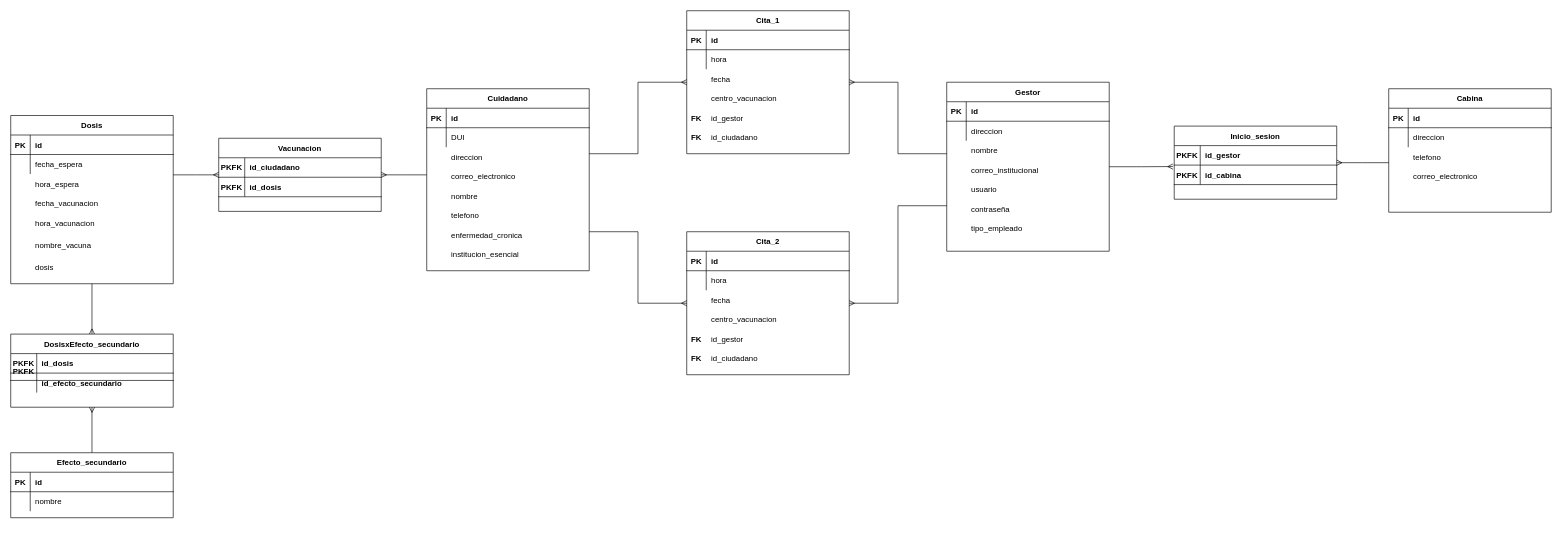
Above: Bases de datos/Diagrama R.drawio in UCASV/proyecto-final-grupo-41 (draw.io), before the change. Source tidied: cells renumbered, new cells numbered last; positions are measured from the earlier drawing's top-left corner, leaving out a move shared by most shapes. Both pictures are drawn from the tidied source at 65%, with x=0, y=0 at pixel (10, 10).
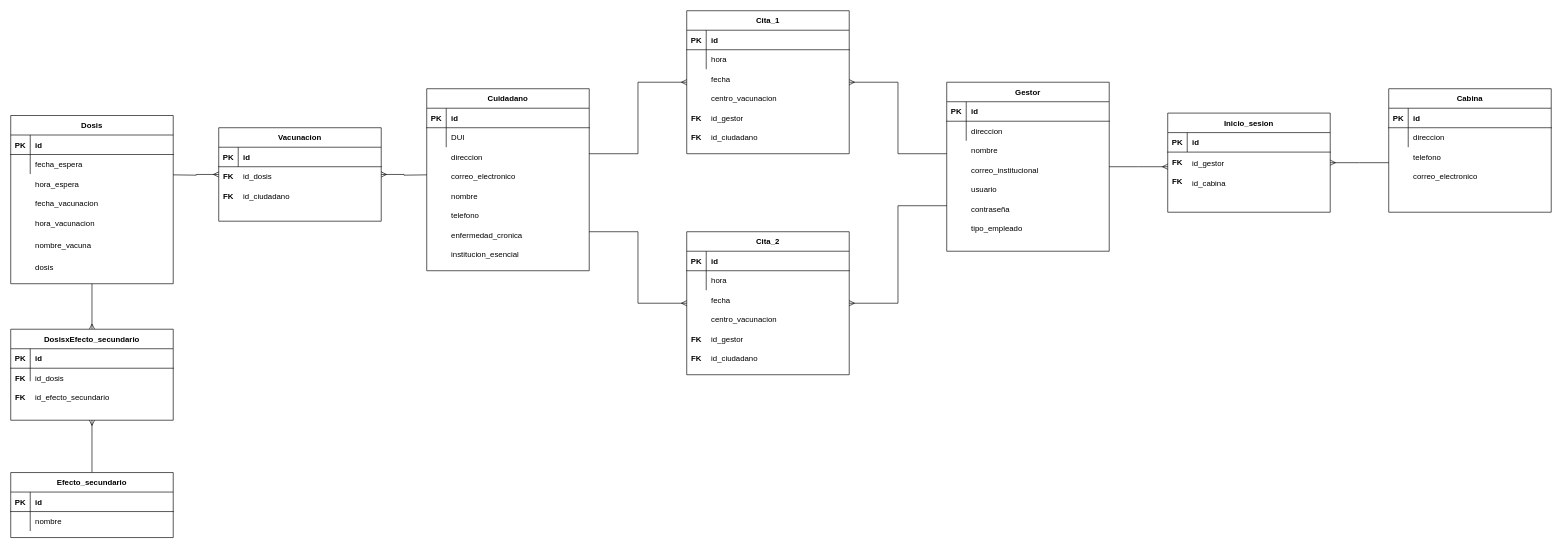
After the change.

Unchanged cells that the change refers to:
```xml
<mxCell id="5" value="Gestor" style="shape=table;startSize=30;childLayout=tableLayout;rowLines=0;fontStyle=1;align=center;" parent="1" vertex="1">
  <mxGeometry x="1440" y="110" width="250" height="260" as="geometry" />
</mxCell>
<mxCell id="61" style="shape=partialRectangle;fillColor=none;top=0;left=0;right=0;bottom=1;" parent="60" vertex="1">
  <mxGeometry y="30" width="250" height="30" as="geometry" />
</mxCell>
<mxCell id="92" style="shape=partialRectangle;fillColor=none;top=0;left=0;right=0;bottom=1;" parent="91" vertex="1">
  <mxGeometry y="30" width="250" height="30" as="geometry" />
</mxCell>
<mxCell id="101" style="shape=partialRectangle;fillColor=none;top=0;left=0;right=0;bottom=1;" parent="100" vertex="1">
  <mxGeometry y="30" width="250" height="30" as="geometry" />
</mxCell>
```

Change to the diagram source:
```diff
@@
-    <mxCell id="2" style="edgeStyle=orthogonalEdgeStyle;rounded=0;jettySize=auto;html=1;entryX=-0.008;entryY=0.075;entryDx=0;entryDy=0;entryPerimeter=0;endArrow=ERmany;endFill=0;" parent="1" edge="1" source="5" target="67">
-      <mxGeometry relative="1" as="geometry" />
+    <mxCell id="2" style="edgeStyle=orthogonalEdgeStyle;rounded=0;jettySize=auto;html=1;endArrow=ERmany;endFill=0;" parent="1" edge="1" source="5">
+      <mxGeometry relative="1" as="geometry">
+        <mxPoint x="1780" y="240" as="targetPoint" />
+      </mxGeometry>
     </mxCell>
@@
     <mxCell id="60" value="Inicio_sesion" style="shape=table;startSize=30;childLayout=tableLayout;rowLines=0;fontStyle=1;align=center;" parent="1" vertex="1">
-      <mxGeometry x="1790" y="177.5" width="250" height="112.5" as="geometry" />
+      <mxGeometry x="1780" y="157.5" width="250" height="152.5" as="geometry" />
     </mxCell>
@@
-    <mxCell id="62" value="PKFK" style="shape=partialRectangle;overflow=hidden;fillColor=none;top=0;left=0;bottom=0;right=0;fontStyle=1;" parent="61" vertex="1">
-      <mxGeometry width="40" height="30" as="geometry" />
+    <mxCell id="62" value="PK" style="shape=partialRectangle;overflow=hidden;fillColor=none;top=0;left=0;bottom=0;right=0;fontStyle=1;" parent="61" vertex="1">
+      <mxGeometry width="30" height="30" as="geometry" />
     </mxCell>
-    <mxCell id="63" value="id_gestor" style="shape=partialRectangle;overflow=hidden;fillColor=none;top=0;left=0;bottom=0;right=0;align=left;spacingLeft=6;fontStyle=1;" parent="61" vertex="1">
-      <mxGeometry x="40" width="210" height="30" as="geometry" />
+    <mxCell id="63" value="id" style="shape=partialRectangle;overflow=hidden;fillColor=none;top=0;left=0;bottom=0;right=0;align=left;spacingLeft=6;fontStyle=1;" parent="61" vertex="1">
+      <mxGeometry x="30" width="220" height="30" as="geometry" />
     </mxCell>
-    <mxCell id="64" style="shape=partialRectangle;fillColor=none;top=0;left=0;right=0;bottom=0;" parent="60" vertex="1">
-      <mxGeometry y="60" width="250" height="30" as="geometry" />
-    </mxCell>
-    <mxCell id="65" style="shape=partialRectangle;overflow=hidden;fillColor=none;top=0;left=0;bottom=0;right=0;" parent="64" vertex="1">
-      <mxGeometry width="40" height="30" as="geometry" />
-    </mxCell>
-    <mxCell id="66" value="id_cabina" style="shape=partialRectangle;overflow=hidden;fillColor=none;top=0;left=0;bottom=0;right=0;align=left;spacingLeft=6;fontStyle=1;" parent="64" vertex="1">
-      <mxGeometry x="40" width="210" height="30" as="geometry" />
-    </mxCell>
-    <mxCell id="67" style="shape=partialRectangle;fillColor=none;points=[[0,0.5],[1,0.5]];portConstraint=eastwest;top=0;left=0;right=0;bottom=1;" parent="1" vertex="1">
-      <mxGeometry x="1790" y="237.5" width="250" height="30" as="geometry" />
-    </mxCell>
-    <mxCell id="68" value="PKFK" style="shape=partialRectangle;overflow=hidden;fillColor=none;top=0;left=0;bottom=0;right=0;fontStyle=1;" parent="67" vertex="1">
-      <mxGeometry width="40" height="30" as="geometry" />
-    </mxCell>
@@
     <mxCell id="91" value="Vacunacion" style="shape=table;startSize=30;childLayout=tableLayout;rowLines=0;fontStyle=1;align=center;" parent="1" vertex="1">
-      <mxGeometry x="320" y="196.2" width="250" height="112.5" as="geometry" />
+      <mxGeometry x="320" y="180" width="250" height="143.8" as="geometry" />
     </mxCell>
@@
-    <mxCell id="93" value="PKFK" style="shape=partialRectangle;overflow=hidden;fillColor=none;top=0;left=0;bottom=0;right=0;fontStyle=1;" parent="92" vertex="1">
-      <mxGeometry width="40" height="30" as="geometry" />
+    <mxCell id="93" value="PK" style="shape=partialRectangle;overflow=hidden;fillColor=none;top=0;left=0;bottom=0;right=0;fontStyle=1;" parent="92" vertex="1">
+      <mxGeometry width="30" height="30" as="geometry" />
     </mxCell>
-    <mxCell id="94" value="id_ciudadano" style="shape=partialRectangle;overflow=hidden;fillColor=none;top=0;left=0;bottom=0;right=0;align=left;spacingLeft=6;fontStyle=1;" parent="92" vertex="1">
-      <mxGeometry x="40" width="210" height="30" as="geometry" />
+    <mxCell id="94" value="id" style="shape=partialRectangle;overflow=hidden;fillColor=none;top=0;left=0;bottom=0;right=0;align=left;spacingLeft=6;fontStyle=1;" parent="92" vertex="1">
+      <mxGeometry x="30" width="220" height="30" as="geometry" />
     </mxCell>
-    <mxCell id="95" style="shape=partialRectangle;fillColor=none;top=0;left=0;right=0;bottom=0;" parent="91" vertex="1">
-      <mxGeometry y="60" width="250" height="30" as="geometry" />
-    </mxCell>
-    <mxCell id="96" style="shape=partialRectangle;overflow=hidden;fillColor=none;top=0;left=0;bottom=0;right=0;" parent="95" vertex="1">
-      <mxGeometry width="40" height="30" as="geometry" />
-    </mxCell>
-    <mxCell id="97" value="id_dosis" style="shape=partialRectangle;overflow=hidden;fillColor=none;top=0;left=0;bottom=0;right=0;align=left;spacingLeft=6;fontStyle=1;" parent="95" vertex="1">
-      <mxGeometry x="40" width="210" height="30" as="geometry" />
-    </mxCell>
-    <mxCell id="98" style="shape=partialRectangle;fillColor=none;top=0;left=0;right=0;bottom=1;" parent="1" vertex="1">
-      <mxGeometry x="320" y="256.2" width="250" height="30" as="geometry" />
-    </mxCell>
-    <mxCell id="99" value="PKFK" style="shape=partialRectangle;overflow=hidden;fillColor=none;top=0;left=0;bottom=0;right=0;fontStyle=1;" parent="98" vertex="1">
-      <mxGeometry width="40" height="30" as="geometry" />
-    </mxCell>
     <mxCell id="100" value="DosisxEfecto_secundario" style="shape=table;startSize=30;childLayout=tableLayout;rowLines=0;fontStyle=1;align=center;" parent="1" vertex="1">
-      <mxGeometry y="497.5" width="250" height="112.5" as="geometry" />
+      <mxGeometry y="490" width="250" height="140" as="geometry" />
     </mxCell>
@@
-    <mxCell id="102" value="PKFK" style="shape=partialRectangle;overflow=hidden;fillColor=none;top=0;left=0;bottom=0;right=0;fontStyle=1;" parent="101" vertex="1">
-      <mxGeometry width="40" height="30" as="geometry" />
+    <mxCell id="102" value="PK" style="shape=partialRectangle;overflow=hidden;fillColor=none;top=0;left=0;bottom=0;right=0;fontStyle=1;" parent="101" vertex="1">
+      <mxGeometry width="30" height="30" as="geometry" />
     </mxCell>
-    <mxCell id="103" value="id_dosis" style="shape=partialRectangle;overflow=hidden;fillColor=none;top=0;left=0;bottom=0;right=0;align=left;spacingLeft=6;fontStyle=1;" parent="101" vertex="1">
-      <mxGeometry x="40" width="210" height="30" as="geometry" />
+    <mxCell id="103" value="id" style="shape=partialRectangle;overflow=hidden;fillColor=none;top=0;left=0;bottom=0;right=0;align=left;spacingLeft=6;fontStyle=1;" parent="101" vertex="1">
+      <mxGeometry x="30" width="220" height="30" as="geometry" />
     </mxCell>
     <mxCell id="104" style="shape=partialRectangle;fillColor=none;top=0;left=0;right=0;bottom=0;" parent="100" vertex="1">
-      <mxGeometry y="60" width="250" height="30" as="geometry" />
+      <mxGeometry y="60" width="250" height="20" as="geometry" />
     </mxCell>
     <mxCell id="105" style="shape=partialRectangle;overflow=hidden;fillColor=none;top=0;left=0;bottom=0;right=0;" parent="104" vertex="1">
-      <mxGeometry width="40" height="30" as="geometry" />
+      <mxGeometry width="30" height="20" as="geometry" />
     </mxCell>
-    <mxCell id="106" value="id_efecto_secundario" style="shape=partialRectangle;overflow=hidden;fillColor=none;top=0;left=0;bottom=0;right=0;align=left;spacingLeft=6;fontStyle=1;" parent="104" vertex="1">
-      <mxGeometry x="40" width="210" height="30" as="geometry" />
+    <mxCell id="106" style="shape=partialRectangle;overflow=hidden;fillColor=none;top=0;left=0;bottom=0;right=0;align=left;spacingLeft=6;fontStyle=1;" parent="104" vertex="1">
+      <mxGeometry x="30" width="220" height="20" as="geometry" />
     </mxCell>
-    <mxCell id="107" style="shape=partialRectangle;fillColor=none;top=0;left=0;right=0;bottom=1;" parent="1" vertex="1">
-      <mxGeometry y="538.8" width="250" height="30" as="geometry" />
-    </mxCell>
-    <mxCell id="108" value="PKFK" style="shape=partialRectangle;overflow=hidden;fillColor=none;top=0;left=0;bottom=0;right=0;fontStyle=1;" parent="107" vertex="1">
-      <mxGeometry width="40" height="30" as="geometry" />
-    </mxCell>
@@
     <mxCell id="110" value="Efecto_secundario" style="shape=table;startSize=30;childLayout=tableLayout;rowLines=0;fontStyle=1;align=center;" parent="1" vertex="1">
-      <mxGeometry y="680" width="250" height="100" as="geometry" />
+      <mxGeometry y="710.5" width="250" height="100" as="geometry" />
     </mxCell>
@@
+    <mxCell id="118" value="id_gestor" style="shape=partialRectangle;overflow=hidden;fillColor=none;top=0;left=0;bottom=0;right=0;align=left;spacingLeft=6;" parent="1" vertex="1">
+      <mxGeometry x="1810" y="220" width="220" height="30" as="geometry" />
+    </mxCell>
+    <mxCell id="66" value="id_cabina" style="shape=partialRectangle;overflow=hidden;fillColor=none;top=0;left=0;bottom=0;right=0;align=left;spacingLeft=6;" parent="1" vertex="1">
+      <mxGeometry x="1810" y="250" width="220" height="30" as="geometry" />
+    </mxCell>
+    <mxCell id="119" value="FK" style="shape=partialRectangle;overflow=hidden;fillColor=none;top=0;left=0;bottom=0;right=0;fontStyle=1;" parent="1" vertex="1">
+      <mxGeometry x="1780" y="217.5" width="30" height="30" as="geometry" />
+    </mxCell>
+    <mxCell id="120" value="FK" style="shape=partialRectangle;overflow=hidden;fillColor=none;top=0;left=0;bottom=0;right=0;fontStyle=1;" parent="1" vertex="1">
+      <mxGeometry x="1780" y="247.5" width="30" height="30" as="geometry" />
+    </mxCell>
+    <mxCell id="121" value="id_dosis" style="shape=partialRectangle;overflow=hidden;fillColor=none;top=0;left=0;bottom=0;right=0;align=left;spacingLeft=6;" parent="1" vertex="1">
+      <mxGeometry x="350" y="240" width="220" height="30" as="geometry" />
+    </mxCell>
+    <mxCell id="122" value="id_ciudadano" style="shape=partialRectangle;overflow=hidden;fillColor=none;top=0;left=0;bottom=0;right=0;align=left;spacingLeft=6;" parent="1" vertex="1">
+      <mxGeometry x="350" y="270" width="220" height="30" as="geometry" />
+    </mxCell>
+    <mxCell id="123" value="FK" style="shape=partialRectangle;overflow=hidden;fillColor=none;top=0;left=0;bottom=0;right=0;fontStyle=1;" parent="1" vertex="1">
+      <mxGeometry x="320" y="240" width="30" height="30" as="geometry" />
+    </mxCell>
+    <mxCell id="124" value="FK" style="shape=partialRectangle;overflow=hidden;fillColor=none;top=0;left=0;bottom=0;right=0;fontStyle=1;" parent="1" vertex="1">
+      <mxGeometry x="320" y="270" width="30" height="30" as="geometry" />
+    </mxCell>
+    <mxCell id="125" value="id_dosis" style="shape=partialRectangle;overflow=hidden;fillColor=none;top=0;left=0;bottom=0;right=0;align=left;spacingLeft=6;" parent="1" vertex="1">
+      <mxGeometry x="30" y="550" width="220" height="30" as="geometry" />
+    </mxCell>
+    <mxCell id="126" value="id_efecto_secundario" style="shape=partialRectangle;overflow=hidden;fillColor=none;top=0;left=0;bottom=0;right=0;align=left;spacingLeft=6;" parent="1" vertex="1">
+      <mxGeometry x="30" y="580" width="220" height="30" as="geometry" />
+    </mxCell>
+    <mxCell id="127" value="FK" style="shape=partialRectangle;overflow=hidden;fillColor=none;top=0;left=0;bottom=0;right=0;fontStyle=1;" parent="1" vertex="1">
+      <mxGeometry y="550" width="30" height="30" as="geometry" />
+    </mxCell>
+    <mxCell id="128" value="FK" style="shape=partialRectangle;overflow=hidden;fillColor=none;top=0;left=0;bottom=0;right=0;fontStyle=1;" parent="1" vertex="1">
+      <mxGeometry y="580" width="30" height="30" as="geometry" />
+    </mxCell>
```
